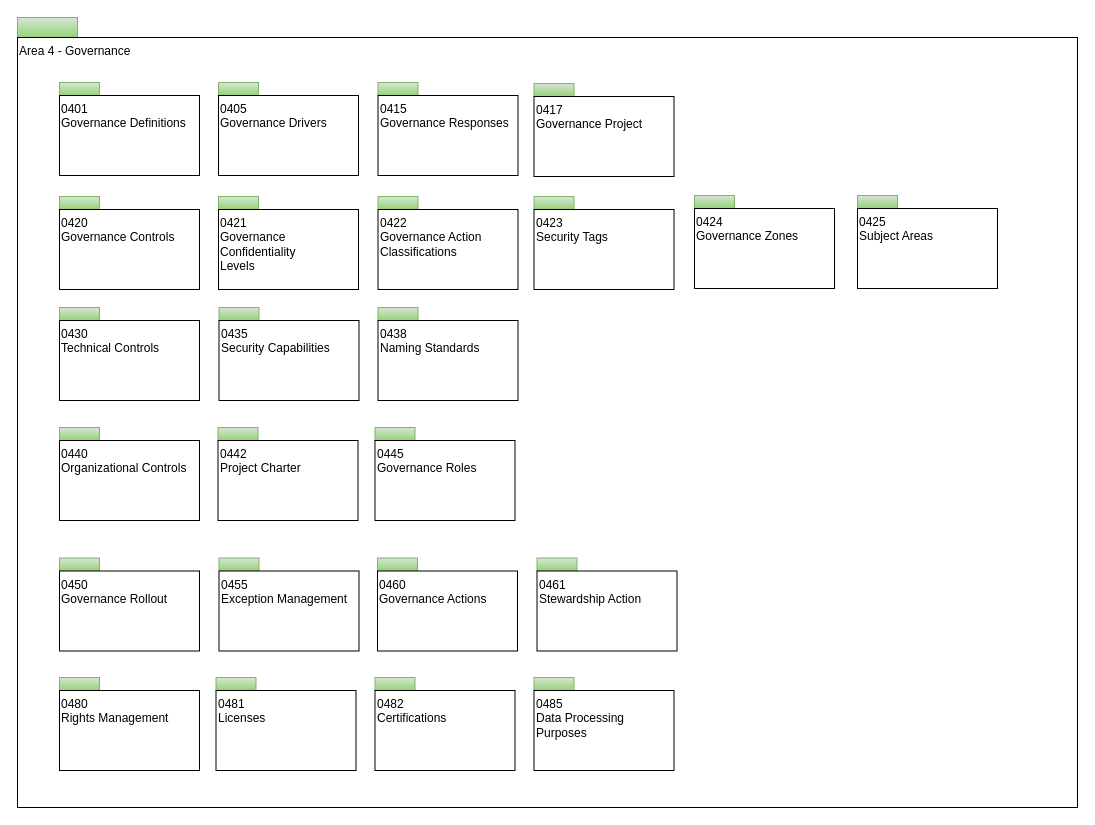
planetf1/egeria keeps this draw.io diagram as page "area-4-governance-overview" (1 of 24) of open-metadata-publication/website/open-metadata-types/area-4-governance.drawio. Above is the earlier version. Source tidied: cells renumbered, new cells numbered last; positions are measured from the earlier drawing's top-left corner, leaving out a move shared by most shapes. Both pictures are drawn from the tidied source at 100%, with x=0, y=0 at pixel (17, 17).
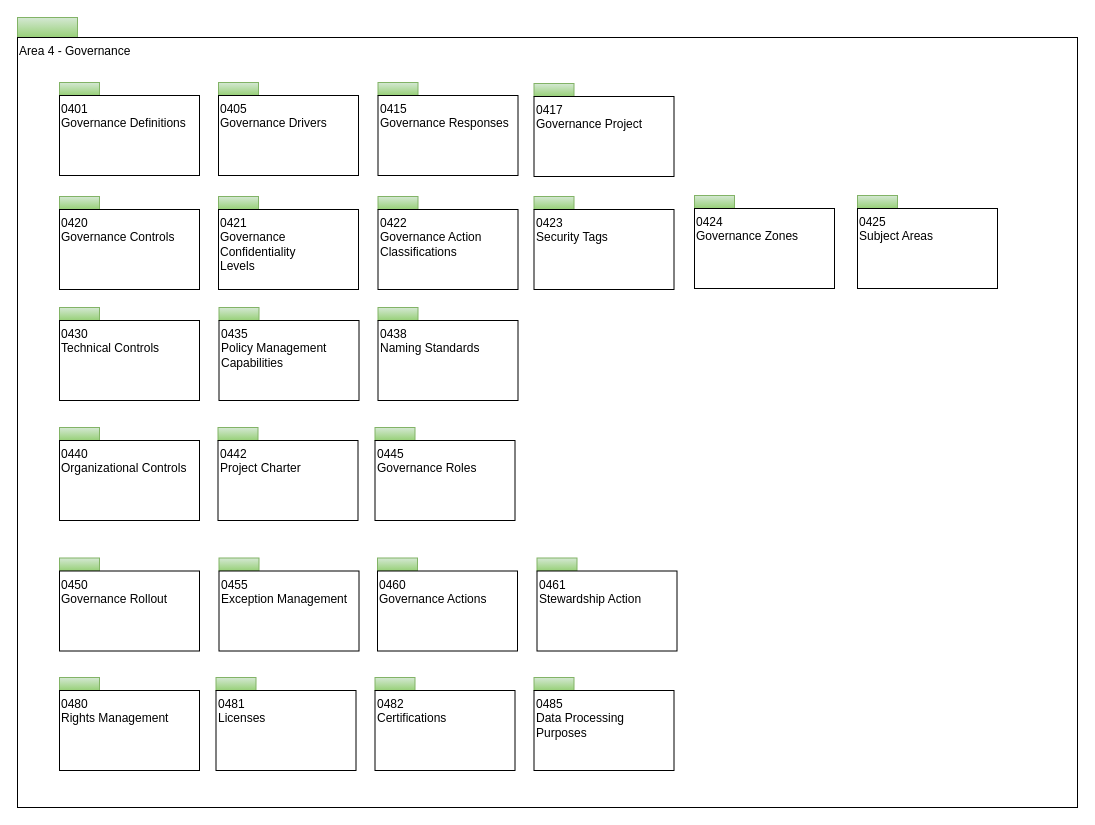
The same diagram, later.

Change to the diagram source:
```diff
@@
-    <mxCell id="48" value="0435&lt;br&gt;Security Capabilities" style="rounded=0;whiteSpace=wrap;html=1;align=left;verticalAlign=top;" parent="1" vertex="1">
+    <mxCell id="48" value="0435&lt;br&gt;Policy Management Capabilities" style="rounded=0;whiteSpace=wrap;html=1;align=left;verticalAlign=top;" parent="1" vertex="1">
       <mxGeometry x="201.5" y="303" width="140" height="80" as="geometry" />
     </mxCell>
```
